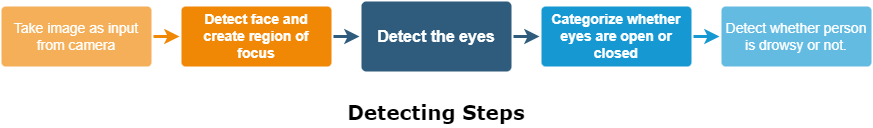
Before: Untitled Diagram.drawio.png, a diagram exported from draw.io (Subhranil2152/various-projects). Source tidied: cells renumbered, new cells last; positions are measured from the earlier drawing's top-left corner, leaving out a move shared by most shapes.
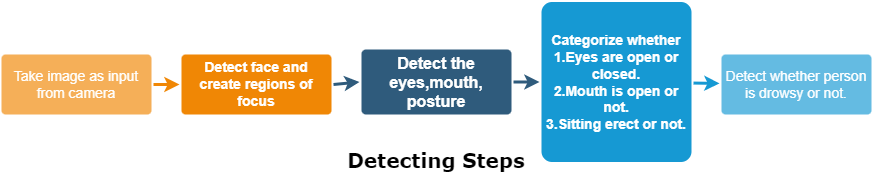
The same file after the commit.

The edit, as a diff of the source:
```diff
@@ -8,20 +8,20 @@
     <mxCell id="3" style="edgeStyle=none;rounded=0;jumpStyle=none;html=1;shadow=0;labelBackgroundColor=none;startArrow=none;startFill=0;endArrow=classic;endFill=1;jettySize=auto;strokeColor=#2F5B7C;strokeWidth=3;fontFamily=Helvetica;fontSize=16;fontColor=#23445D;spacing=5;" parent="1" edge="1" source="4" target="9">
       <mxGeometry relative="1" as="geometry" />
     </mxCell>
-    <mxCell id="4" value="Detect the eyes" style="rounded=1;whiteSpace=wrap;html=1;shadow=0;labelBackgroundColor=none;strokeColor=none;strokeWidth=3;fillColor=#2F5B7C;fontFamily=Helvetica;fontSize=16;fontColor=#FFFFFF;align=center;fontStyle=1;spacing=5;arcSize=7;perimeterSpacing=2;" parent="1" vertex="1">
-      <mxGeometry x="360" y="59" width="150" height="70" as="geometry" />
+    <mxCell id="4" value="Detect the eyes,mouth,&lt;br&gt;posture" style="rounded=1;whiteSpace=wrap;html=1;shadow=0;labelBackgroundColor=none;strokeColor=none;strokeWidth=3;fillColor=#2F5B7C;fontFamily=Helvetica;fontSize=16;fontColor=#FFFFFF;align=center;fontStyle=1;spacing=5;arcSize=7;perimeterSpacing=2;" parent="1" vertex="1">
+      <mxGeometry x="360" y="59" width="150" height="65" as="geometry" />
     </mxCell>
-    <mxCell id="5" style="edgeStyle=none;rounded=1;jumpStyle=none;html=1;shadow=0;labelBackgroundColor=none;startArrow=none;startFill=0;jettySize=auto;strokeColor=#E85642;strokeWidth=3;fontFamily=Helvetica;fontSize=14;fontColor=#FFFFFF;spacing=5;fontStyle=1;fillColor=#b0e3e6;" parent="1" edge="1" target="x">
+    <mxCell id="5" style="edgeStyle=none;rounded=1;jumpStyle=none;html=1;shadow=0;labelBackgroundColor=none;startArrow=none;startFill=0;jettySize=auto;orthogonalLoop=1;strokeColor=#E85642;strokeWidth=3;fontFamily=Helvetica;fontSize=14;fontColor=#FFFFFF;spacing=5;fontStyle=1;fillColor=#b0e3e6;" parent="1" edge="1">
       <mxGeometry relative="1" as="geometry">
         <mxPoint x="233.4" y="77.5" as="sourcePoint" />
       </mxGeometry>
     </mxCell>
-    <mxCell id="6" style="edgeStyle=none;rounded=1;jumpStyle=none;html=1;shadow=0;labelBackgroundColor=none;startArrow=none;startFill=0;jettySize=auto;strokeColor=#E85642;strokeWidth=3;fontFamily=Helvetica;fontSize=14;fontColor=#FFFFFF;spacing=5;fontStyle=1;fillColor=#b0e3e6;" parent="1" edge="1" target="x">
+    <mxCell id="6" style="edgeStyle=none;rounded=1;jumpStyle=none;html=1;shadow=0;labelBackgroundColor=none;startArrow=none;startFill=0;jettySize=auto;orthogonalLoop=1;strokeColor=#E85642;strokeWidth=3;fontFamily=Helvetica;fontSize=14;fontColor=#FFFFFF;spacing=5;fontStyle=1;fillColor=#b0e3e6;" parent="1" edge="1">
       <mxGeometry relative="1" as="geometry">
         <mxPoint x="193" y="109.5" as="sourcePoint" />
       </mxGeometry>
     </mxCell>
-    <mxCell id="7" style="edgeStyle=none;rounded=1;jumpStyle=none;html=1;shadow=0;labelBackgroundColor=none;startArrow=none;startFill=0;jettySize=auto;strokeColor=#E85642;strokeWidth=3;fontFamily=Helvetica;fontSize=14;fontColor=#FFFFFF;spacing=5;fontStyle=1;fillColor=#b0e3e6;" parent="1" edge="1" target="x">
+    <mxCell id="7" style="edgeStyle=none;rounded=1;jumpStyle=none;html=1;shadow=0;labelBackgroundColor=none;startArrow=none;startFill=0;jettySize=auto;orthogonalLoop=1;strokeColor=#E85642;strokeWidth=3;fontFamily=Helvetica;fontSize=14;fontColor=#FFFFFF;spacing=5;fontStyle=1;fillColor=#b0e3e6;" parent="1" edge="1">
       <mxGeometry relative="1" as="geometry">
         <mxPoint x="229.7" y="141.5" as="sourcePoint" />
       </mxGeometry>
@@ -29,13 +29,13 @@
     <mxCell id="8" style="edgeStyle=none;rounded=0;jumpStyle=none;html=1;shadow=0;labelBackgroundColor=none;startArrow=none;startFill=0;endArrow=classic;endFill=1;jettySize=auto;strokeColor=#1699D3;strokeWidth=3;fontFamily=Helvetica;fontSize=14;fontColor=#FFFFFF;spacing=5;" parent="1" edge="1" source="9" target="10">
       <mxGeometry relative="1" as="geometry" />
     </mxCell>
-    <mxCell id="9" value="Categorize whether eyes are open or closed" style="rounded=1;whiteSpace=wrap;html=1;shadow=0;labelBackgroundColor=none;strokeColor=none;strokeWidth=3;fillColor=#1699d3;fontFamily=Helvetica;fontSize=14;fontColor=#FFFFFF;align=center;spacing=5;fontStyle=1;arcSize=7;perimeterSpacing=2;" parent="1" vertex="1">
-      <mxGeometry x="540" y="64" width="150" height="60" as="geometry" />
+    <mxCell id="9" value="Categorize whether 1.Eyes are open or closed.&lt;br&gt;2.Mouth is open or not.&lt;br&gt;3.Sitting erect or not." style="rounded=1;whiteSpace=wrap;html=1;shadow=0;labelBackgroundColor=none;strokeColor=none;strokeWidth=3;fillColor=#1699d3;fontFamily=Helvetica;fontSize=14;fontColor=#FFFFFF;align=center;spacing=5;fontStyle=1;arcSize=7;perimeterSpacing=2;" parent="1" vertex="1">
+      <mxGeometry x="540" y="11.5" width="150" height="160" as="geometry" />
     </mxCell>
     <mxCell id="10" value="Detect whether person is drowsy or not." style="rounded=1;whiteSpace=wrap;html=1;shadow=0;labelBackgroundColor=none;strokeColor=none;strokeWidth=3;fillColor=#64bbe2;fontFamily=Helvetica;fontSize=14;fontColor=#FFFFFF;align=center;spacing=5;arcSize=7;perimeterSpacing=2;" parent="1" vertex="1">
       <mxGeometry x="720" y="64" width="150" height="60" as="geometry" />
     </mxCell>
-    <mxCell id="11" value="Detect face and create region of focus" style="rounded=1;whiteSpace=wrap;html=1;shadow=0;labelBackgroundColor=none;strokeColor=none;strokeWidth=3;fillColor=#F08705;fontFamily=Helvetica;fontSize=14;fontColor=#FFFFFF;align=center;spacing=5;fontStyle=1;arcSize=7;perimeterSpacing=2;" parent="1" vertex="1">
+    <mxCell id="11" value="Detect face and create regions of focus" style="rounded=1;whiteSpace=wrap;html=1;shadow=0;labelBackgroundColor=none;strokeColor=none;strokeWidth=3;fillColor=#F08705;fontFamily=Helvetica;fontSize=14;fontColor=#FFFFFF;align=center;spacing=5;fontStyle=1;arcSize=7;perimeterSpacing=2;" parent="1" vertex="1">
       <mxGeometry x="180" y="64" width="150" height="60" as="geometry" />
     </mxCell>
     <mxCell id="12" value="Take image as input from camera" style="rounded=1;whiteSpace=wrap;html=1;shadow=0;labelBackgroundColor=none;strokeColor=none;strokeWidth=3;fillColor=#f5af58;fontFamily=Helvetica;fontSize=14;fontColor=#FFFFFF;align=center;spacing=5;arcSize=7;perimeterSpacing=2;" parent="1" vertex="1">
@@ -44,22 +44,22 @@
     <mxCell id="13" style="edgeStyle=none;rounded=0;jumpStyle=none;html=1;shadow=0;labelBackgroundColor=none;startArrow=none;startFill=0;endArrow=classic;endFill=1;jettySize=auto;strokeColor=#F08705;strokeWidth=3;fontFamily=Helvetica;fontSize=14;fontColor=#FFFFFF;spacing=5;exitX=1;exitY=0.5;exitDx=0;exitDy=0;entryX=0;entryY=0.5;entryDx=0;entryDy=0;" parent="1" edge="1" source="12" target="11">
       <mxGeometry relative="1" as="geometry" />
     </mxCell>
-    <mxCell id="14" style="edgeStyle=none;rounded=1;jumpStyle=none;html=1;shadow=0;labelBackgroundColor=none;startArrow=none;startFill=0;jettySize=auto;strokeColor=#12AAB5;strokeWidth=3;fontFamily=Helvetica;fontSize=14;fontColor=#FFFFFF;spacing=5;fontStyle=1;fillColor=#b0e3e6;" parent="1" edge="1" target="x">
+    <mxCell id="14" style="edgeStyle=none;rounded=1;jumpStyle=none;html=1;shadow=0;labelBackgroundColor=none;startArrow=none;startFill=0;jettySize=auto;orthogonalLoop=1;strokeColor=#12AAB5;strokeWidth=3;fontFamily=Helvetica;fontSize=14;fontColor=#FFFFFF;spacing=5;fontStyle=1;fillColor=#b0e3e6;" parent="1" edge="1">
       <mxGeometry relative="1" as="geometry">
         <mxPoint x="868.4" y="141.5" as="sourcePoint" />
       </mxGeometry>
     </mxCell>
-    <mxCell id="15" style="edgeStyle=none;rounded=1;jumpStyle=none;html=1;shadow=0;labelBackgroundColor=none;startArrow=none;startFill=0;jettySize=auto;strokeColor=#12AAB5;strokeWidth=3;fontFamily=Helvetica;fontSize=14;fontColor=#FFFFFF;spacing=5;fontStyle=1;fillColor=#b0e3e6;" parent="1" edge="1" target="x">
+    <mxCell id="15" style="edgeStyle=none;rounded=1;jumpStyle=none;html=1;shadow=0;labelBackgroundColor=none;startArrow=none;startFill=0;jettySize=auto;orthogonalLoop=1;strokeColor=#12AAB5;strokeWidth=3;fontFamily=Helvetica;fontSize=14;fontColor=#FFFFFF;spacing=5;fontStyle=1;fillColor=#b0e3e6;" parent="1" edge="1">
       <mxGeometry relative="1" as="geometry">
         <mxPoint x="927" y="127.5" as="sourcePoint" />
       </mxGeometry>
     </mxCell>
-    <mxCell id="16" style="edgeStyle=none;rounded=1;jumpStyle=none;html=1;shadow=0;labelBackgroundColor=none;startArrow=none;startFill=0;jettySize=auto;strokeColor=#12AAB5;strokeWidth=3;fontFamily=Helvetica;fontSize=14;fontColor=#FFFFFF;spacing=5;fontStyle=1;fillColor=#b0e3e6;" parent="1" edge="1" target="x">
+    <mxCell id="16" style="edgeStyle=none;rounded=1;jumpStyle=none;html=1;shadow=0;labelBackgroundColor=none;startArrow=none;startFill=0;jettySize=auto;orthogonalLoop=1;strokeColor=#12AAB5;strokeWidth=3;fontFamily=Helvetica;fontSize=14;fontColor=#FFFFFF;spacing=5;fontStyle=1;fillColor=#b0e3e6;" parent="1" edge="1">
       <mxGeometry relative="1" as="geometry">
         <mxPoint x="927" y="87.1" as="sourcePoint" />
       </mxGeometry>
     </mxCell>
-    <mxCell id="17" style="edgeStyle=none;rounded=1;jumpStyle=none;html=1;shadow=0;labelBackgroundColor=none;startArrow=none;startFill=0;jettySize=auto;strokeColor=#12AAB5;strokeWidth=3;fontFamily=Helvetica;fontSize=14;fontColor=#FFFFFF;spacing=5;fontStyle=1;fillColor=#b0e3e6;" parent="1" edge="1" source="x">
+    <mxCell id="17" style="edgeStyle=none;rounded=1;jumpStyle=none;html=1;shadow=0;labelBackgroundColor=none;startArrow=none;startFill=0;jettySize=auto;orthogonalLoop=1;strokeColor=#12AAB5;strokeWidth=3;fontFamily=Helvetica;fontSize=14;fontColor=#FFFFFF;spacing=5;fontStyle=1;fillColor=#b0e3e6;" parent="1" edge="1">
       <mxGeometry relative="1" as="geometry">
         <mxPoint x="911.8" y="0.5" as="targetPoint" />
       </mxGeometry>
```
